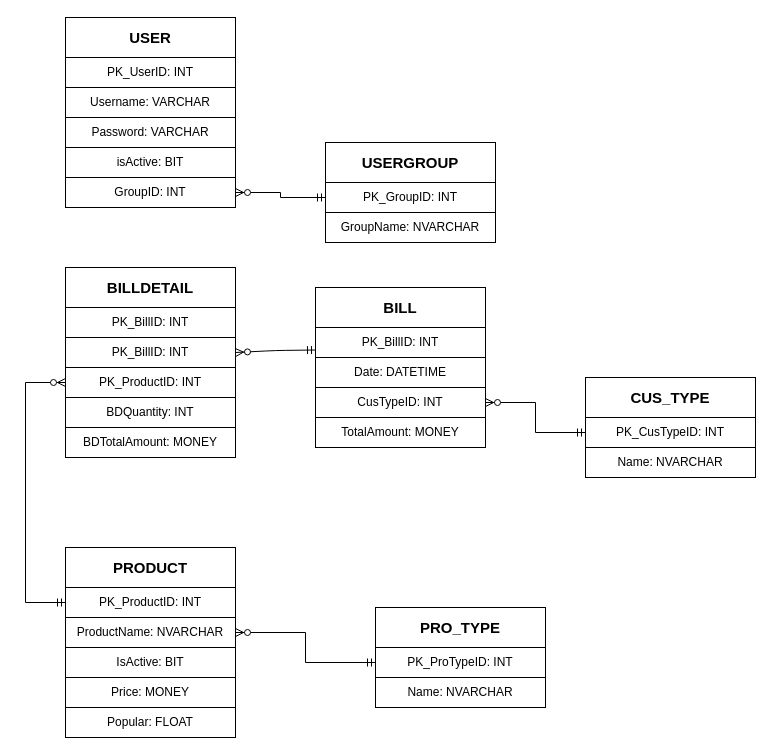
Before: Database/ERD.drawio in duyquangtruong/POS-Application, a draw.io diagram. Source tidied: cells renumbered, new cells numbered last; positions are measured from the earlier drawing's top-left corner, leaving out a move shared by most shapes. Both pictures are drawn from the tidied source at 100%, with x=0, y=0 at pixel (25, 17).
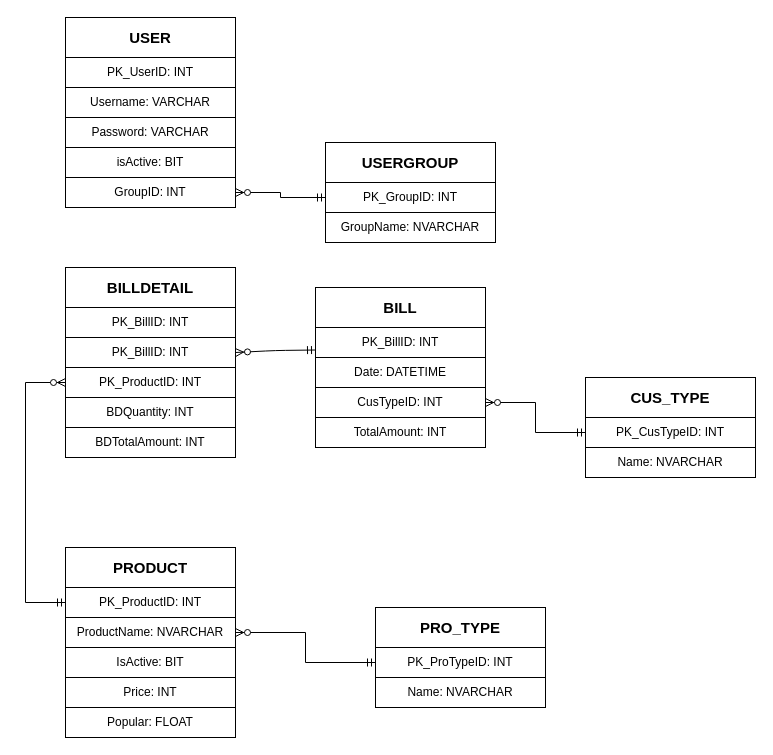
The same diagram, later.

Commit message (it also covers changes not shown here):
Chỉnh lại thuộc tính cho ERD

Diff of the diagram source:
```diff
@@
-    <mxCell id="25" value="TotalAmount: MONEY" style="rounded=0;whiteSpace=wrap;html=1;" parent="1" vertex="1">
+    <mxCell id="25" value="TotalAmount: INT" style="rounded=0;whiteSpace=wrap;html=1;" parent="1" vertex="1">
       <mxGeometry x="290" y="400" width="170" height="30" as="geometry" />
     </mxCell>
@@
-    <mxCell id="31" value="BDTotalAmount: MONEY" style="rounded=0;whiteSpace=wrap;html=1;" parent="1" vertex="1">
+    <mxCell id="31" value="BDTotalAmount: INT" style="rounded=0;whiteSpace=wrap;html=1;" parent="1" vertex="1">
       <mxGeometry x="40" y="410" width="170" height="30" as="geometry" />
     </mxCell>
-    <mxCell id="32" value="Price: MONEY" style="rounded=0;whiteSpace=wrap;html=1;" parent="1" vertex="1">
+    <mxCell id="32" value="Price: INT" style="rounded=0;whiteSpace=wrap;html=1;" parent="1" vertex="1">
       <mxGeometry x="40" y="660" width="170" height="30" as="geometry" />
     </mxCell>
```
